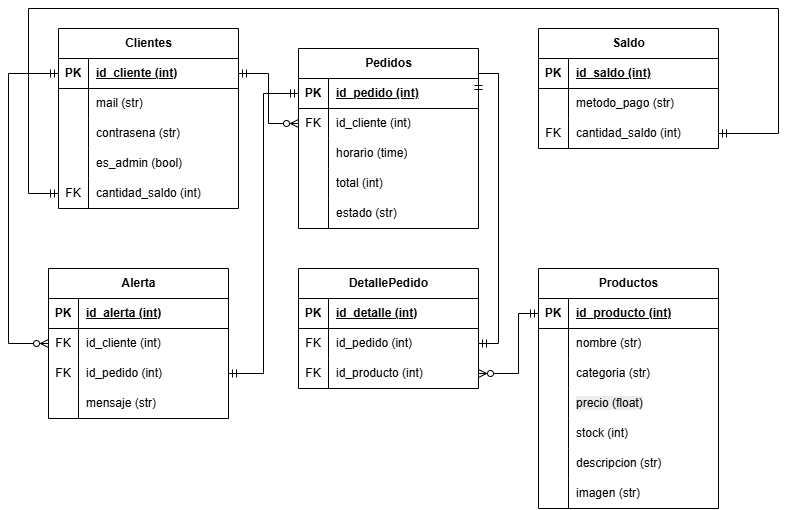
Above: Docs/DerTPF.png in PioIX/2026-TPF-G17 (draw.io), before the change. Source tidied: cells renumbered, new cells last; positions are measured from the earlier drawing's top-left corner, leaving out a move shared by most shapes.
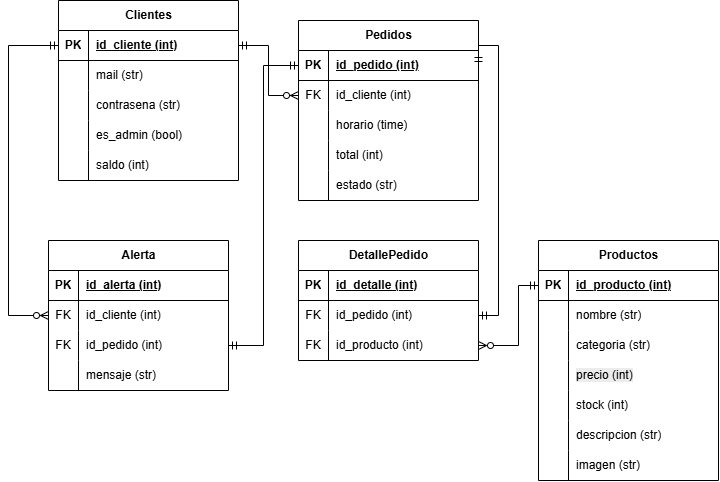
Later version of the same file.

Commit message:
borre la tabla que no usamos al final

Change to the diagram source:
```diff
@@ -44,10 +44,10 @@
     <mxCell id="15" style="shape=tableRow;horizontal=0;startSize=0;swimlaneHead=0;swimlaneBody=0;fillColor=none;points=[[0,0.5],[1,0.5]];portConstraint=eastwest;top=0;left=0;right=0;bottom=0;" parent="2" vertex="1">
       <mxGeometry y="150" width="180" height="30" as="geometry" />
     </mxCell>
-    <mxCell id="16" value="FK" style="shape=partialRectangle;fillColor=none;top=0;left=0;bottom=0;right=0;overflow=hidden;whiteSpace=wrap;html=1;" parent="15" vertex="1">
+    <mxCell id="16" style="shape=partialRectangle;fillColor=none;top=0;left=0;bottom=0;right=0;overflow=hidden;whiteSpace=wrap;html=1;" parent="15" vertex="1">
       <mxGeometry width="30" height="30" as="geometry" />
     </mxCell>
-    <mxCell id="17" value="cantidad_saldo (int)" style="shape=partialRectangle;fillColor=none;top=0;left=0;bottom=0;right=0;align=left;spacingLeft=6;overflow=hidden;whiteSpace=wrap;html=1;" parent="15" vertex="1">
+    <mxCell id="17" value="saldo (int)" style="shape=partialRectangle;fillColor=none;top=0;left=0;bottom=0;right=0;align=left;spacingLeft=6;overflow=hidden;whiteSpace=wrap;html=1;" parent="15" vertex="1">
       <mxGeometry x="30" width="150" height="30" as="geometry" />
     </mxCell>
     <mxCell id="18" value="Productos" style="shape=table;startSize=30;rowLines=0;fontStyle=1;align=center;html=1;" parent="1" vertex="1">
@@ -86,7 +86,7 @@
     <mxCell id="29" style="shape=partialRectangle;fillColor=none;top=0;left=0;bottom=0;right=0;overflow=hidden;whiteSpace=wrap;html=1;" parent="28" vertex="1">
       <mxGeometry width="30" height="30" as="geometry" />
     </mxCell>
-    <mxCell id="30" value="&lt;span style=&quot;color: rgb(0, 0, 0); font-family: Helvetica; font-size: 12px; font-style: normal; font-variant-ligatures: normal; font-variant-caps: normal; font-weight: 400; letter-spacing: normal; orphans: 2; text-align: left; text-indent: 0px; text-transform: none; widows: 2; word-spacing: 0px; -webkit-text-stroke-width: 0px; white-space: normal; background-color: rgb(236, 236, 236); text-decoration-thickness: initial; text-decoration-style: initial; text-decoration-color: initial; float: none; display: inline !important;&quot;&gt;precio (float)&lt;/span&gt;" style="shape=partialRectangle;fillColor=none;top=0;left=0;bottom=0;right=0;align=left;spacingLeft=6;overflow=hidden;whiteSpace=wrap;html=1;" parent="28" vertex="1">
+    <mxCell id="30" value="&lt;span style=&quot;color: rgb(0, 0, 0); font-family: Helvetica; font-size: 12px; font-style: normal; font-variant-ligatures: normal; font-variant-caps: normal; font-weight: 400; letter-spacing: normal; orphans: 2; text-align: left; text-indent: 0px; text-transform: none; widows: 2; word-spacing: 0px; -webkit-text-stroke-width: 0px; white-space: normal; background-color: rgb(236, 236, 236); text-decoration-thickness: initial; text-decoration-style: initial; text-decoration-color: initial; float: none; display: inline !important;&quot;&gt;precio (int&lt;/span&gt;&lt;span style=&quot;background-color: light-dark(rgb(236, 236, 236), rgb(34, 34, 34)); color: light-dark(rgb(0, 0, 0), rgb(237, 237, 237));&quot;&gt;)&lt;/span&gt;" style="shape=partialRectangle;fillColor=none;top=0;left=0;bottom=0;right=0;align=left;spacingLeft=6;overflow=hidden;whiteSpace=wrap;html=1;" parent="28" vertex="1">
       <mxGeometry x="30" width="150" height="30" as="geometry" />
     </mxCell>
     <mxCell id="31" style="shape=tableRow;horizontal=0;startSize=0;swimlaneHead=0;swimlaneBody=0;fillColor=none;top=0;left=0;right=0;bottom=0;" parent="18" vertex="1">
@@ -194,36 +194,6 @@
     <mxCell id="65" value="id_producto (int)" style="shape=partialRectangle;fillColor=none;top=0;left=0;bottom=0;right=0;align=left;spacingLeft=6;overflow=hidden;whiteSpace=wrap;html=1;" parent="63" vertex="1">
       <mxGeometry x="30" width="150" height="30" as="geometry" />
     </mxCell>
-    <mxCell id="66" value="Saldo" style="shape=table;startSize=30;rowLines=0;fontStyle=1;align=center;html=1;" parent="1" vertex="1">
-      <mxGeometry x="530" y="20" width="180" height="120" as="geometry" />
-    </mxCell>
-    <mxCell id="67" style="shape=tableRow;horizontal=0;startSize=0;swimlaneHead=0;swimlaneBody=0;fillColor=none;top=0;left=0;right=0;bottom=1;" parent="66" vertex="1">
-      <mxGeometry y="30" width="180" height="30" as="geometry" />
-    </mxCell>
-    <mxCell id="68" value="PK" style="shape=partialRectangle;fillColor=none;top=0;left=0;bottom=0;right=0;fontStyle=1;overflow=hidden;whiteSpace=wrap;html=1;" parent="67" vertex="1">
-      <mxGeometry width="30" height="30" as="geometry" />
-    </mxCell>
-    <mxCell id="69" value="id_saldo (int)" style="shape=partialRectangle;fillColor=none;top=0;left=0;bottom=0;right=0;align=left;spacingLeft=6;fontStyle=5;overflow=hidden;whiteSpace=wrap;html=1;" parent="67" vertex="1">
-      <mxGeometry x="30" width="150" height="30" as="geometry" />
-    </mxCell>
-    <mxCell id="70" style="shape=tableRow;horizontal=0;startSize=0;swimlaneHead=0;swimlaneBody=0;fillColor=none;top=0;left=0;right=0;bottom=0;" parent="66" vertex="1">
-      <mxGeometry y="60" width="180" height="30" as="geometry" />
-    </mxCell>
-    <mxCell id="71" style="shape=partialRectangle;fillColor=none;top=0;left=0;bottom=0;right=0;overflow=hidden;whiteSpace=wrap;html=1;" parent="70" vertex="1">
-      <mxGeometry width="30" height="30" as="geometry" />
-    </mxCell>
-    <mxCell id="72" value="metodo_pago (str)" style="shape=partialRectangle;fillColor=none;top=0;left=0;bottom=0;right=0;align=left;spacingLeft=6;overflow=hidden;whiteSpace=wrap;html=1;" parent="70" vertex="1">
-      <mxGeometry x="30" width="150" height="30" as="geometry" />
-    </mxCell>
-    <mxCell id="73" style="shape=tableRow;horizontal=0;startSize=0;swimlaneHead=0;swimlaneBody=0;fillColor=none;points=[[0,0.5],[1,0.5]];portConstraint=eastwest;top=0;left=0;right=0;bottom=0;" parent="66" vertex="1">
-      <mxGeometry y="90" width="180" height="30" as="geometry" />
-    </mxCell>
-    <mxCell id="74" value="FK" style="shape=partialRectangle;fillColor=none;top=0;left=0;bottom=0;right=0;overflow=hidden;whiteSpace=wrap;html=1;" parent="73" vertex="1">
-      <mxGeometry width="30" height="30" as="geometry" />
-    </mxCell>
-    <mxCell id="75" value="cantidad_saldo (int)" style="shape=partialRectangle;fillColor=none;top=0;left=0;bottom=0;right=0;align=left;spacingLeft=6;overflow=hidden;whiteSpace=wrap;html=1;" parent="73" vertex="1">
-      <mxGeometry x="30" width="150" height="30" as="geometry" />
-    </mxCell>
     <mxCell id="76" value="Alerta" style="shape=table;startSize=30;rowLines=0;fontStyle=1;align=center;html=1;" parent="1" vertex="1">
       <mxGeometry x="40" y="260" width="180" height="150" as="geometry" />
     </mxCell>
@@ -274,16 +244,6 @@
         </Array>
       </mxGeometry>
     </mxCell>
-    <mxCell id="91" style="edgeStyle=orthogonalEdgeStyle;fontSize=12;html=1;endArrow=ERmandOne;endFill=0;rounded=0;exitX=0;exitY=0.5;exitDx=0;exitDy=0;startArrow=ERmandOne;startFill=0;entryX=1;entryY=0.5;entryDx=0;entryDy=0;" parent="1" edge="1" source="15" target="73">
-      <mxGeometry x="0.27" relative="1" as="geometry">
-        <Array as="points">
-          <mxPoint x="20" y="185" />
-          <mxPoint x="20" />
-          <mxPoint x="770" />
-          <mxPoint x="770" y="125" />
-        </Array>
-      </mxGeometry>
-    </mxCell>
     <mxCell id="92" style="edgeStyle=orthogonalEdgeStyle;fontSize=12;html=1;endArrow=ERzeroToMany;endFill=1;rounded=0;entryX=0;entryY=0.5;entryDx=0;entryDy=0;exitX=0;exitY=0.5;exitDx=0;exitDy=0;startArrow=ERmandOne;startFill=0;" parent="1" edge="1" source="3" target="80">
       <mxGeometry relative="1" as="geometry">
         <Array as="points">
```
